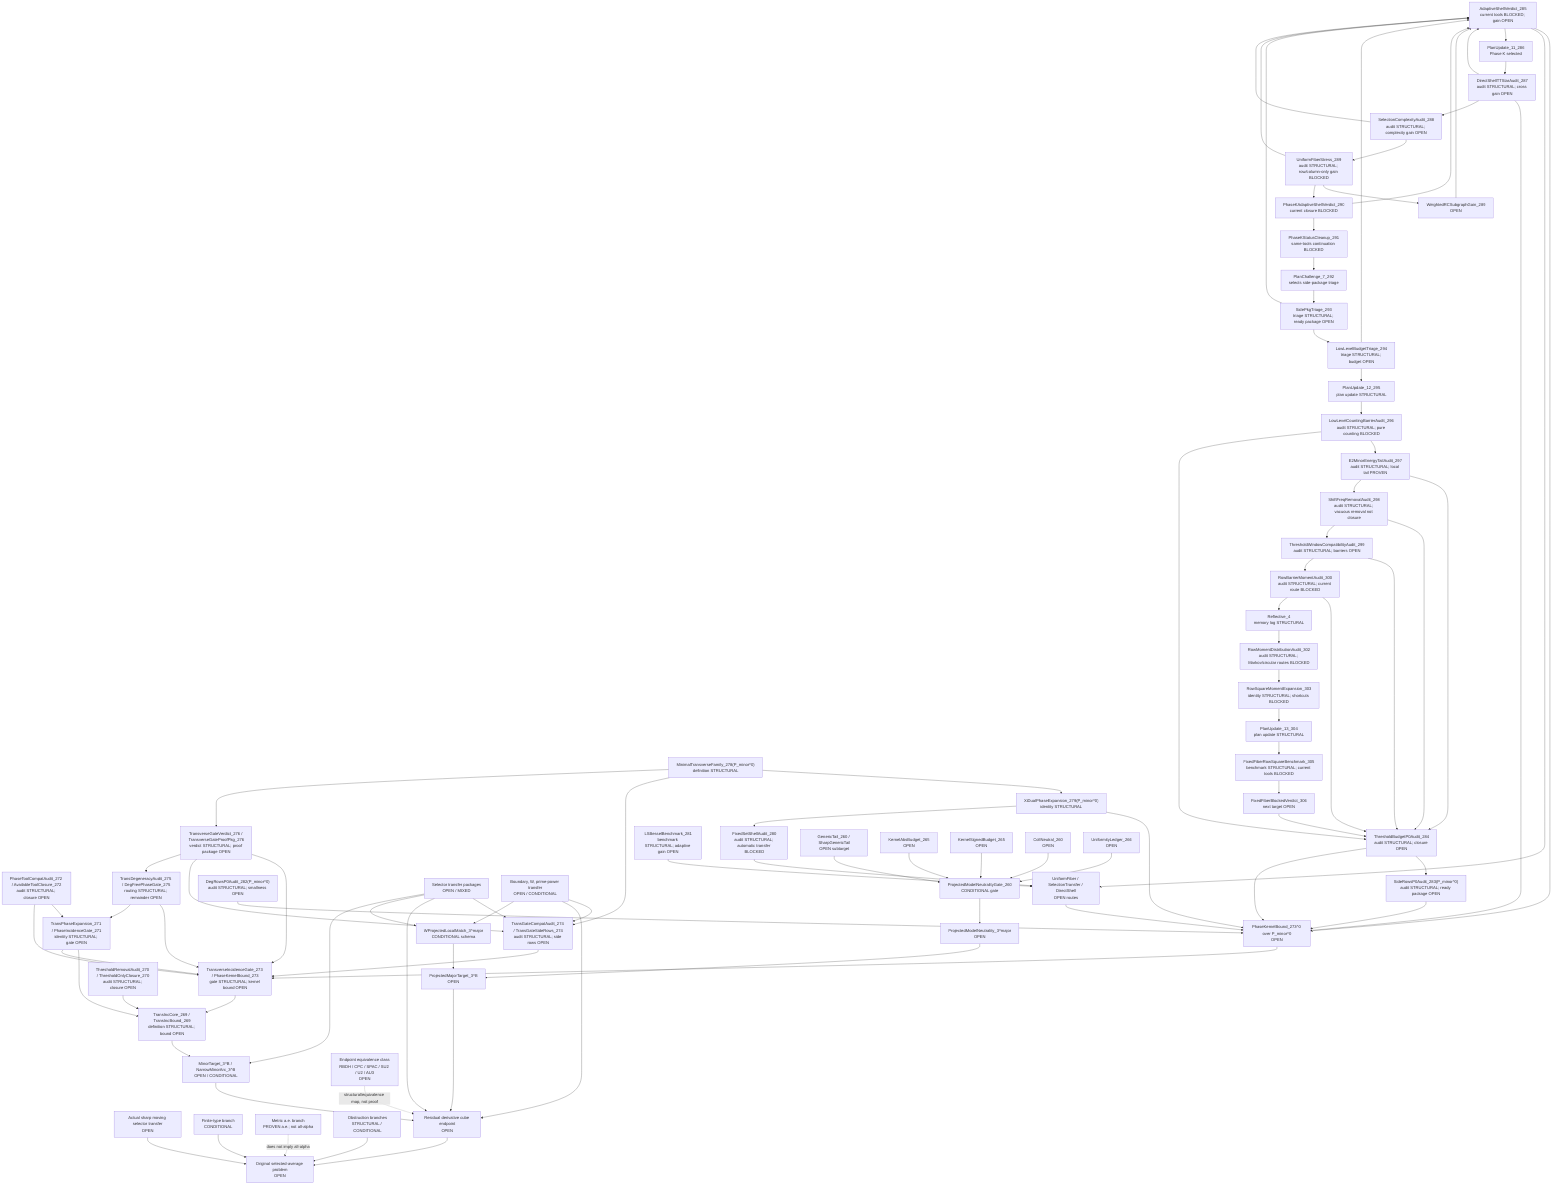
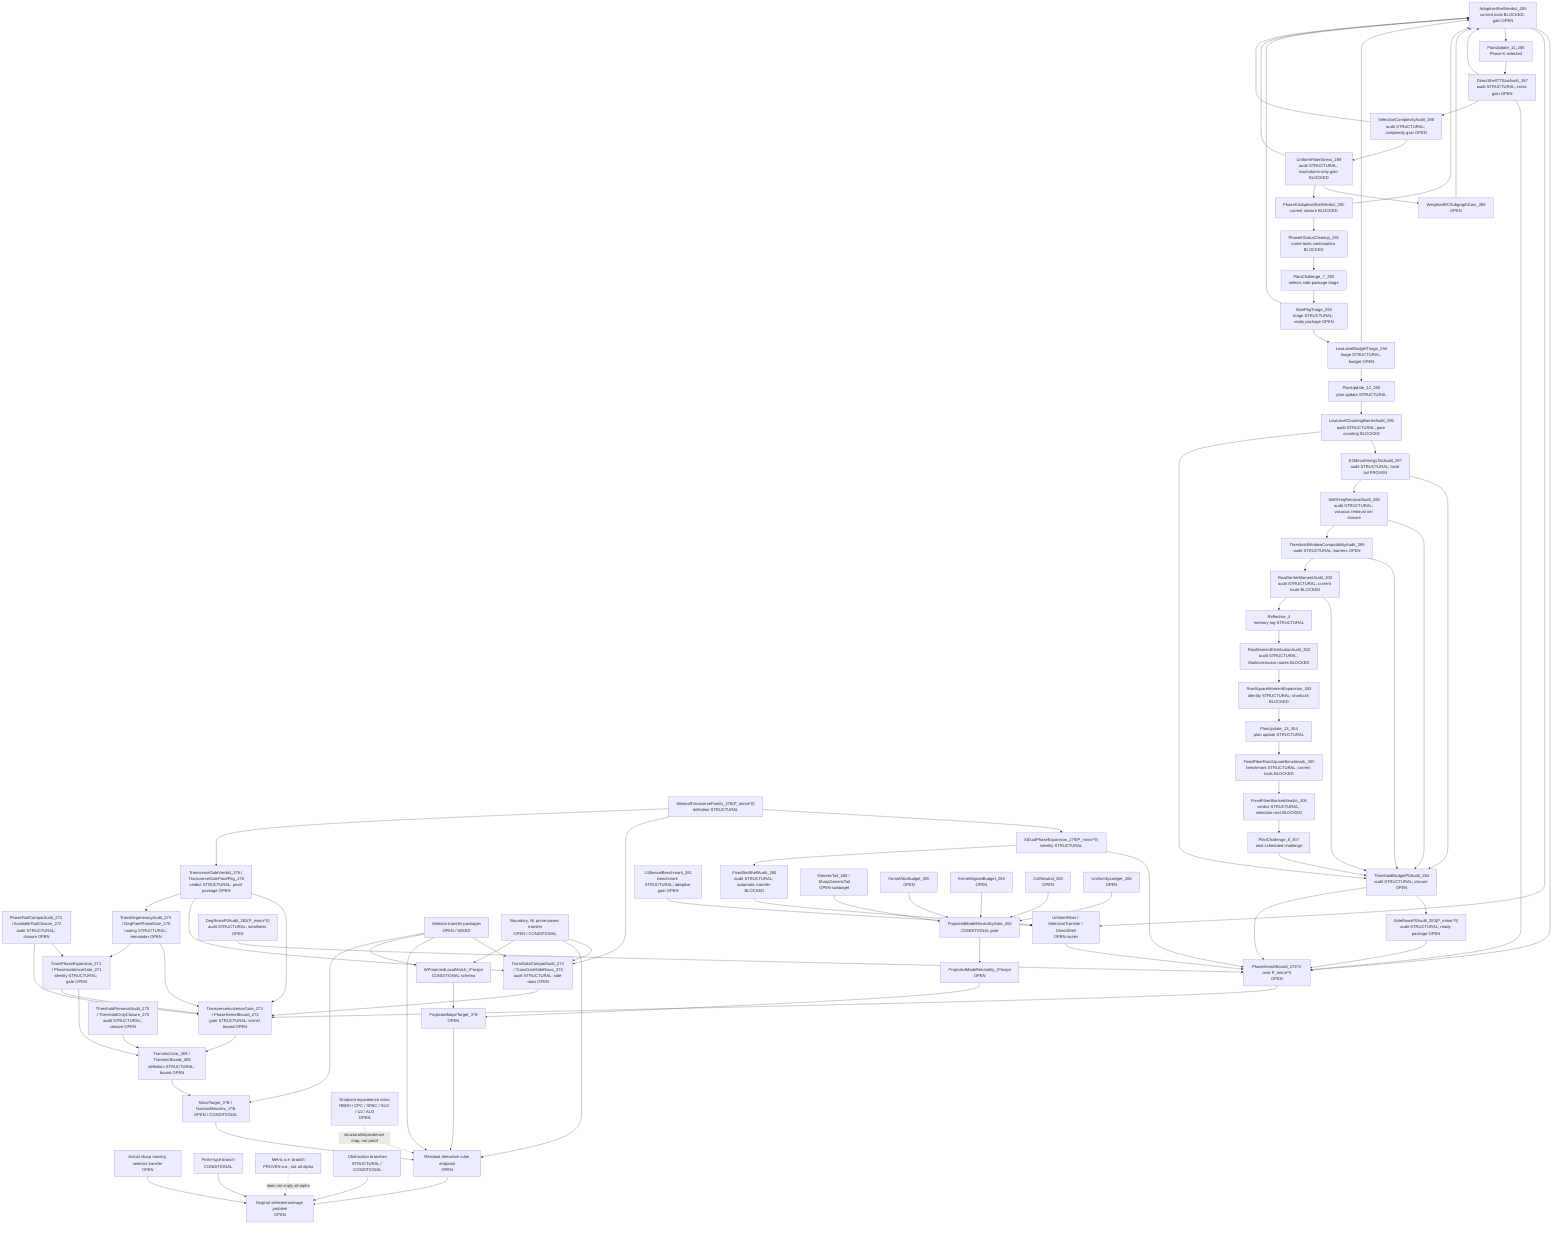
flowchart TD
  Original["Original selected-average problem<br/>OPEN"]
  SharpSel["Actual sharp moving selector transfer<br/>OPEN"]
  FiniteType["Finite-type branch<br/>CONDITIONAL"]
  Metric["Metric a.e. branch<br/>PROVEN a.e.; not all-alpha"]
  Obstruction["Obstruction branches<br/>STRUCTURAL / CONDITIONAL"]

  ResCube["Residual derivative cube endpoint<br/>OPEN"]
  MajorTarget["ProjectedMajorTarget_3^B<br/>OPEN"]
  MinorTarget["MinorTarget_3^B / NarrowMinorArc_3^B<br/>OPEN / CONDITIONAL"]
  TransInc["TransIncCore_269 / TransIncBound_269<br/>definition STRUCTURAL; bound OPEN"]
  ThresholdAudit["ThresholdRemovalAudit_270 / ThresholdOnlyClosure_270<br/>audit STRUCTURAL; closure OPEN"]
  PhaseExpansion["TransPhaseExpansion_271 / PhaseIncidenceGate_271<br/>identity STRUCTURAL; gate OPEN"]
  ToolCompat["PhaseToolCompatAudit_272 / AvailableToolClosure_272<br/>audit STRUCTURAL; closure OPEN"]
  TransGate["TransverseIncidenceGate_273 / PhaseKernelBound_273<br/>gate STRUCTURAL; kernel bound OPEN"]
  TransGateCompat["TransGateCompatAudit_274 / TransGateSideRows_274<br/>audit STRUCTURAL; side rows OPEN"]
  DegAudit["TransDegeneracyAudit_275 / DegFreePhaseGate_275<br/>routing STRUCTURAL; remainder OPEN"]
  TransVerdict["TransverseGateVerdict_276 / TransverseGateProofPkg_276<br/>verdict STRUCTURAL; proof package OPEN"]
  MinTransFamily["MinimalTransverseFamily_278(P_minor^0)<br/>definition STRUCTURAL"]
  XiExpansion["XiDualPhaseExpansion_279(P_minor^0)<br/>identity STRUCTURAL"]
  FixedShellAudit["FixedSetShellAudit_280<br/>audit STRUCTURAL; automatic transfer BLOCKED"]
  FixedShellTransfer["UniformFiber / SelectionTransfer / DirectShell<br/>OPEN routes"]
  LSBesselBench["LSBesselBenchmark_281<br/>benchmark STRUCTURAL; adaptive gain OPEN"]
  DegRowsP0["DegRowsP0Audit_282(P_minor^0)<br/>audit STRUCTURAL; smallness OPEN"]
  SideRowsP0["SideRowsP0Audit_283(P_minor^0)<br/>audit STRUCTURAL; ready package OPEN"]
  ThresholdP0["ThresholdBudgetP0Audit_284<br/>audit STRUCTURAL; closure OPEN"]
  AdaptiveShellP0["AdaptiveShellVerdict_285<br/>current tools BLOCKED; gain OPEN"]
  PlanUpdate11["PlanUpdate_11_286<br/>Phase K selected"]
  DirectTTStar["DirectShellTTStarAudit_287<br/>audit STRUCTURAL; cross gain OPEN"]
  SelectionComplexity["SelectionComplexityAudit_288<br/>audit STRUCTURAL; complexity gain OPEN"]
  UniformFiberStress["UniformFiberStress_289<br/>audit STRUCTURAL; row/column-only gain BLOCKED"]
  WeightedRCSubgraph["WeightedRCSubgraphGain_289<br/>OPEN"]
  AdaptiveVerdict290["PhaseKAdaptiveShellVerdict_290<br/>current closure BLOCKED"]
  PhaseKCleanup291["PhaseKStatusCleanup_291<br/>same-tools continuation BLOCKED"]
  PlanChallenge7["PlanChallenge_7_292<br/>selects side-package triage"]
  SidePkgTriage293["SidePkgTriage_293<br/>triage STRUCTURAL; ready package OPEN"]
  LowLevelTriage294["LowLevelBudgetTriage_294<br/>triage STRUCTURAL; budget OPEN"]
  PlanUpdate12["PlanUpdate_12_295<br/>plan update STRUCTURAL"]
  LowLevelBarrier296["LowLevelCountingBarrierAudit_296<br/>audit STRUCTURAL; pure counting BLOCKED"]
  E2Tail297["E2MinorEnergyTailAudit_297<br/>audit STRUCTURAL; local tail PROVEN"]
  ShiftFreq298["ShiftFreqRemovalAudit_298<br/>audit STRUCTURAL; vacuous removal not closure"]
  ThresholdWindow299["ThresholdWindowCompatibilityAudit_299<br/>audit STRUCTURAL; barriers OPEN"]
  RowBarrier300["RowBarrierMomentAudit_300<br/>audit STRUCTURAL; current route BLOCKED"]
  Reflective4["Reflective_4<br/>memory log STRUCTURAL"]
  RowMoment302["RowMomentDistributionAudit_302<br/>audit STRUCTURAL; Markov/circular routes BLOCKED"]
  RowSquare303["RowSquareMomentExpansion_303<br/>identity STRUCTURAL; shortcuts BLOCKED"]
  PlanUpdate13["PlanUpdate_13_304<br/>plan update STRUCTURAL"]
  FixedFiber305["FixedFiberRowSquareBenchmark_305<br/>benchmark STRUCTURAL; current tools BLOCKED"]
-   FixedFiber306["FixedFiberBlockedVerdict_306<br/>next target OPEN"]
+   FixedFiber306["FixedFiberBlockedVerdict_306<br/>verdict STRUCTURAL; selection next BLOCKED"]
+   PlanChallenge8["PlanChallenge_8_307<br/>next scheduled challenge"]
  PhaseKernel0["PhaseKernelBound_273^0 over P_minor^0<br/>OPEN"]
  SelectorTransfer["Selector transfer packages<br/>OPEN / MIXED"]
  BoundaryTransfer["Boundary, W, prime-power transfer<br/>OPEN / CONDITIONAL"]

  WLocal["WProjectedLocalMatch_3^major<br/>CONDITIONAL schema"]
  ModelNeutral["ProjectedModelNeutrality_3^major<br/>OPEN"]
  PMNGate["ProjectedModelNeutralityGate_260<br/>CONDITIONAL gate"]
  GenericTail["GenericTail_260 / SharpGenericTail<br/>OPEN subtarget"]
  KernelAbs["KernelAbsBudget_265<br/>OPEN"]
  KernelSigned["KernelSignedBudget_265<br/>OPEN"]
  CollNeutral["CollNeutral_260<br/>OPEN"]
  Uniformity["UniformityLedger_266<br/>OPEN"]

  EndpointClass["Endpoint equivalence class<br/>RBDH / CPC / SPAC / SU2 / U2 / AU3<br/>OPEN"]

  SharpSel --> Original
  FiniteType --> Original
  Obstruction --> Original
  ResCube --> Original
  Metric -. "does not imply all-alpha" .-> Original

  MajorTarget --> ResCube
  MinorTarget --> ResCube
  TransInc --> MinorTarget
  ThresholdAudit --> TransInc
  PhaseExpansion --> TransInc
  ToolCompat --> PhaseExpansion
  TransGate --> TransInc
  PhaseExpansion --> TransGate
  ToolCompat --> TransGate
  TransGateCompat --> TransGate
  SelectorTransfer --> TransGateCompat
  BoundaryTransfer --> TransGateCompat
  DegAudit --> TransGate
  DegAudit --> PhaseExpansion
  TransVerdict --> TransGate
  TransVerdict --> TransGateCompat
  TransVerdict --> DegAudit
  PhaseKernel0 --> TransGate
  MinTransFamily --> XiExpansion
  XiExpansion --> PhaseKernel0
  XiExpansion --> FixedShellAudit
  FixedShellAudit --> FixedShellTransfer
  FixedShellTransfer --> PhaseKernel0
  LSBesselBench --> FixedShellTransfer
  DegRowsP0 --> PhaseKernel0
  SideRowsP0 --> PhaseKernel0
  ThresholdP0 --> SideRowsP0
  ThresholdP0 --> PhaseKernel0
  AdaptiveShellP0 --> PhaseKernel0
  AdaptiveShellP0 --> FixedShellTransfer
  AdaptiveShellP0 --> PlanUpdate11
  PlanUpdate11 --> DirectTTStar
  DirectTTStar --> AdaptiveShellP0
  DirectTTStar --> PhaseKernel0
  DirectTTStar --> SelectionComplexity
  SelectionComplexity --> UniformFiberStress
  SelectionComplexity --> AdaptiveShellP0
  UniformFiberStress --> WeightedRCSubgraph
  WeightedRCSubgraph --> AdaptiveShellP0
  UniformFiberStress --> AdaptiveVerdict290
  UniformFiberStress --> AdaptiveShellP0
  AdaptiveVerdict290 --> AdaptiveShellP0
  AdaptiveVerdict290 --> PhaseKCleanup291
  PhaseKCleanup291 --> PlanChallenge7
  PlanChallenge7 --> SidePkgTriage293
  SidePkgTriage293 --> LowLevelTriage294
  SidePkgTriage293 --> AdaptiveShellP0
  LowLevelTriage294 --> AdaptiveShellP0
  LowLevelTriage294 --> PlanUpdate12
  PlanUpdate12 --> LowLevelBarrier296
  LowLevelBarrier296 --> E2Tail297
  LowLevelBarrier296 --> ThresholdP0
  E2Tail297 --> ThresholdP0
  E2Tail297 --> ShiftFreq298
  ShiftFreq298 --> ThresholdP0
  ShiftFreq298 --> ThresholdWindow299
  ThresholdWindow299 --> ThresholdP0
  ThresholdWindow299 --> RowBarrier300
  RowBarrier300 --> ThresholdP0
  RowBarrier300 --> Reflective4
  Reflective4 --> RowMoment302
  RowMoment302 --> RowSquare303
  RowSquare303 --> PlanUpdate13
  PlanUpdate13 --> FixedFiber305
  FixedFiber305 --> FixedFiber306
-   FixedFiber306 --> ThresholdP0
+   FixedFiber306 --> PlanChallenge8
+   PlanChallenge8 --> ThresholdP0
  MinTransFamily --> TransGateCompat
  MinTransFamily --> TransVerdict
  SelectorTransfer --> ResCube
  BoundaryTransfer --> ResCube
  EndpointClass -. "structural/equivalence map, not proof" .-> ResCube

  WLocal --> MajorTarget
  ModelNeutral --> MajorTarget

  PMNGate --> ModelNeutral
  GenericTail --> PMNGate
  KernelAbs --> PMNGate
  KernelSigned --> PMNGate
  CollNeutral --> PMNGate
  Uniformity --> PMNGate

  BoundaryTransfer --> WLocal
  SelectorTransfer --> WLocal
  SelectorTransfer --> MinorTarget
